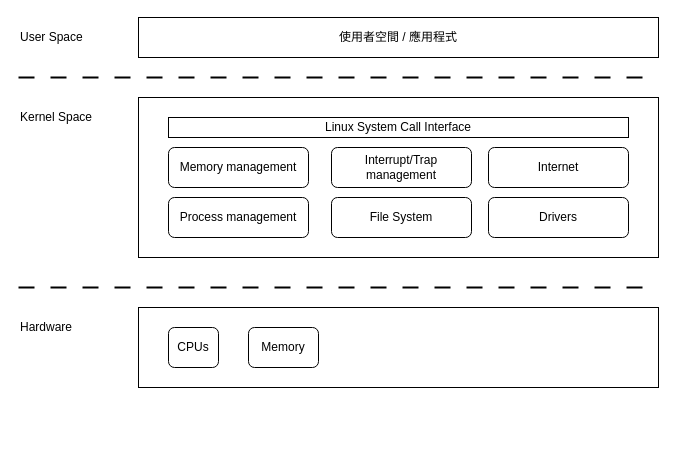
This is page "Linux arch" (1 of 5) of Side_Project/OS_Kernel_Develop/OS_Kernel.drawio from YBJin0902/My_Source, a draw.io file, before an edit. Source tidied: cells renumbered, new cells numbered last; positions are measured from the earlier drawing's top-left corner, leaving out a move shared by most shapes. Both pictures are drawn from the tidied source at 100%, with x=0, y=0 at pixel (18, 17).
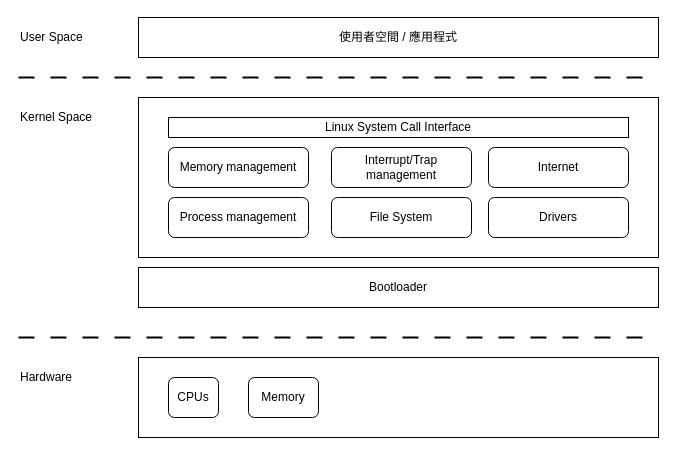
After the change.

The edit, as a diff of the source:
```diff
@@
     <mxCell id="2" style="rounded=0;whiteSpace=wrap;html=1;" parent="1" vertex="1">
-      <mxGeometry x="120" y="290" width="520" height="80" as="geometry" />
+      <mxGeometry x="120" y="340" width="520" height="80" as="geometry" />
     </mxCell>
@@
     <mxCell id="5" value="Hardware" style="text;html=1;align=left;verticalAlign=middle;whiteSpace=wrap;rounded=0;" parent="1" vertex="1">
-      <mxGeometry y="290" width="100" height="40" as="geometry" />
+      <mxGeometry y="340" width="100" height="40" as="geometry" />
     </mxCell>
@@
     <mxCell id="16" value="CPUs" style="rounded=1;whiteSpace=wrap;html=1;" parent="1" vertex="1">
-      <mxGeometry x="150" y="310" width="50" height="40" as="geometry" />
+      <mxGeometry x="150" y="360" width="50" height="40" as="geometry" />
     </mxCell>
     <mxCell id="17" value="Memory" style="rounded=1;whiteSpace=wrap;html=1;" parent="1" vertex="1">
-      <mxGeometry x="230" y="310" width="70" height="40" as="geometry" />
+      <mxGeometry x="230" y="360" width="70" height="40" as="geometry" />
     </mxCell>
@@
     <mxCell id="19" style="endArrow=none;dashed=1;html=1;dashPattern=8 8;strokeWidth=2;rounded=0;" parent="1" edge="1">
       <mxGeometry relative="1" as="geometry">
-        <mxPoint y="270" as="sourcePoint" />
-        <mxPoint x="640" y="270" as="targetPoint" />
+        <mxPoint y="320" as="sourcePoint" />
+        <mxPoint x="640" y="320" as="targetPoint" />
       </mxGeometry>
     </mxCell>
+    <mxCell id="20" value="Bootloader" style="rounded=0;whiteSpace=wrap;html=1;" parent="1" vertex="1">
+      <mxGeometry x="120" y="250" width="520" height="40" as="geometry" />
+    </mxCell>
```
